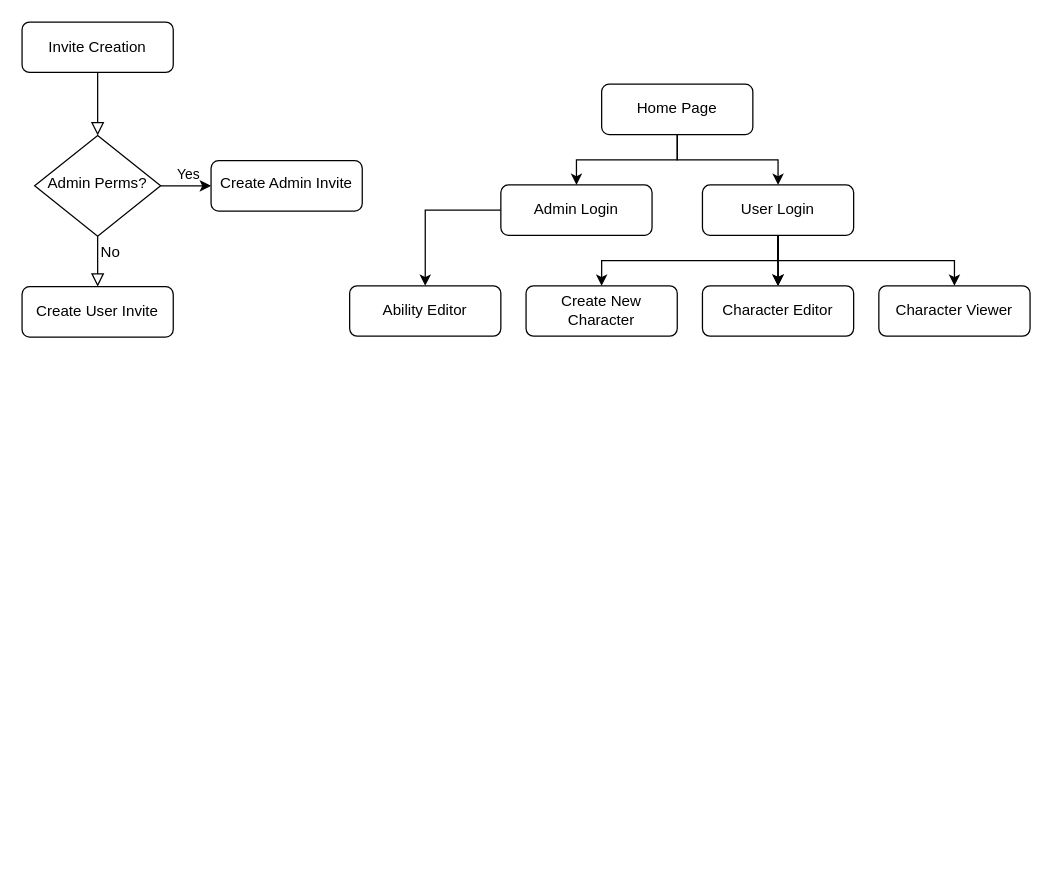
Earlier version of the draw.io diagram TokuSheetSiteLayout.drawio (daria-mianne/TokuGameSheets). Source tidied: cells renumbered, new cells numbered last; positions are measured from the earlier drawing's top-left corner, leaving out a move shared by most shapes. Both pictures are drawn from the tidied source at 126%, with x=0, y=0 at pixel (21, 21).
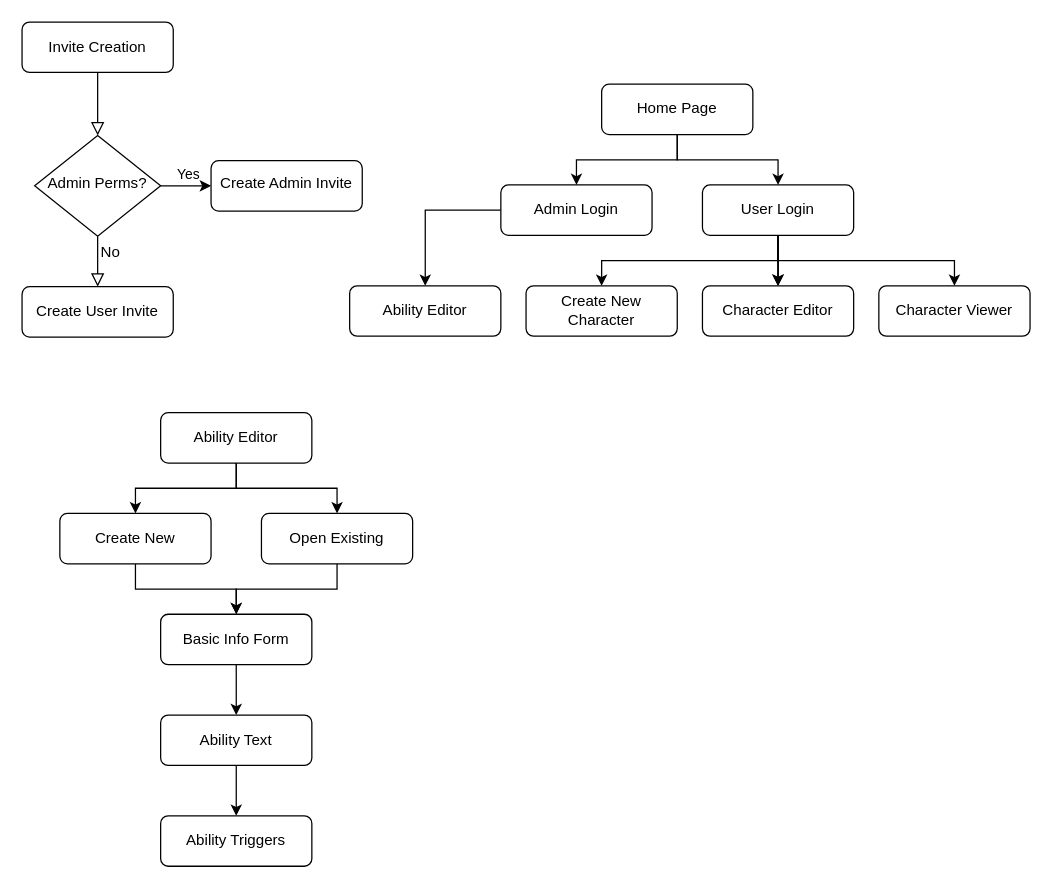
The same diagram, later.

Commit message:
Add Ability Editor basic flow

Change to the diagram source:
```diff
@@
+    <mxCell id="27" style="edgeStyle=orthogonalEdgeStyle;rounded=0;jettySize=auto;html=1;" parent="1" edge="1" source="29" target="31">
+      <mxGeometry relative="1" as="geometry" />
+    </mxCell>
+    <mxCell id="28" style="edgeStyle=orthogonalEdgeStyle;rounded=0;jettySize=auto;html=1;" parent="1" edge="1" source="29" target="33">
+      <mxGeometry relative="1" as="geometry" />
+    </mxCell>
+    <mxCell id="29" value="Ability Editor" style="whiteSpace=wrap;html=1;rounded=1;" parent="1" vertex="1">
+      <mxGeometry x="110" y="310" width="120" height="40" as="geometry" />
+    </mxCell>
+    <mxCell id="30" style="edgeStyle=orthogonalEdgeStyle;rounded=0;jettySize=auto;html=1;" parent="1" edge="1" source="31" target="35">
+      <mxGeometry relative="1" as="geometry" />
+    </mxCell>
+    <mxCell id="31" value="Create New" style="whiteSpace=wrap;html=1;rounded=1;" parent="1" vertex="1">
+      <mxGeometry x="30" y="390" width="120" height="40" as="geometry" />
+    </mxCell>
+    <mxCell id="32" style="edgeStyle=orthogonalEdgeStyle;rounded=0;jettySize=auto;html=1;" parent="1" edge="1" source="33" target="35">
+      <mxGeometry relative="1" as="geometry" />
+    </mxCell>
+    <mxCell id="33" value="Open Existing" style="whiteSpace=wrap;html=1;rounded=1;" parent="1" vertex="1">
+      <mxGeometry x="190" y="390" width="120" height="40" as="geometry" />
+    </mxCell>
+    <mxCell id="34" style="edgeStyle=orthogonalEdgeStyle;rounded=0;jettySize=auto;html=1;" parent="1" edge="1" source="35" target="37">
+      <mxGeometry relative="1" as="geometry" />
+    </mxCell>
+    <mxCell id="35" value="Basic Info Form" style="whiteSpace=wrap;html=1;rounded=1;" parent="1" vertex="1">
+      <mxGeometry x="110" y="470" width="120" height="40" as="geometry" />
+    </mxCell>
+    <mxCell id="36" style="edgeStyle=orthogonalEdgeStyle;rounded=0;jettySize=auto;html=1;" parent="1" edge="1" source="37" target="38">
+      <mxGeometry relative="1" as="geometry" />
+    </mxCell>
+    <mxCell id="37" value="Ability Text" style="whiteSpace=wrap;html=1;rounded=1;" parent="1" vertex="1">
+      <mxGeometry x="110" y="550" width="120" height="40" as="geometry" />
+    </mxCell>
+    <mxCell id="38" value="Ability Triggers" style="whiteSpace=wrap;html=1;rounded=1;" parent="1" vertex="1">
+      <mxGeometry x="110" y="630" width="120" height="40" as="geometry" />
+    </mxCell>
```
